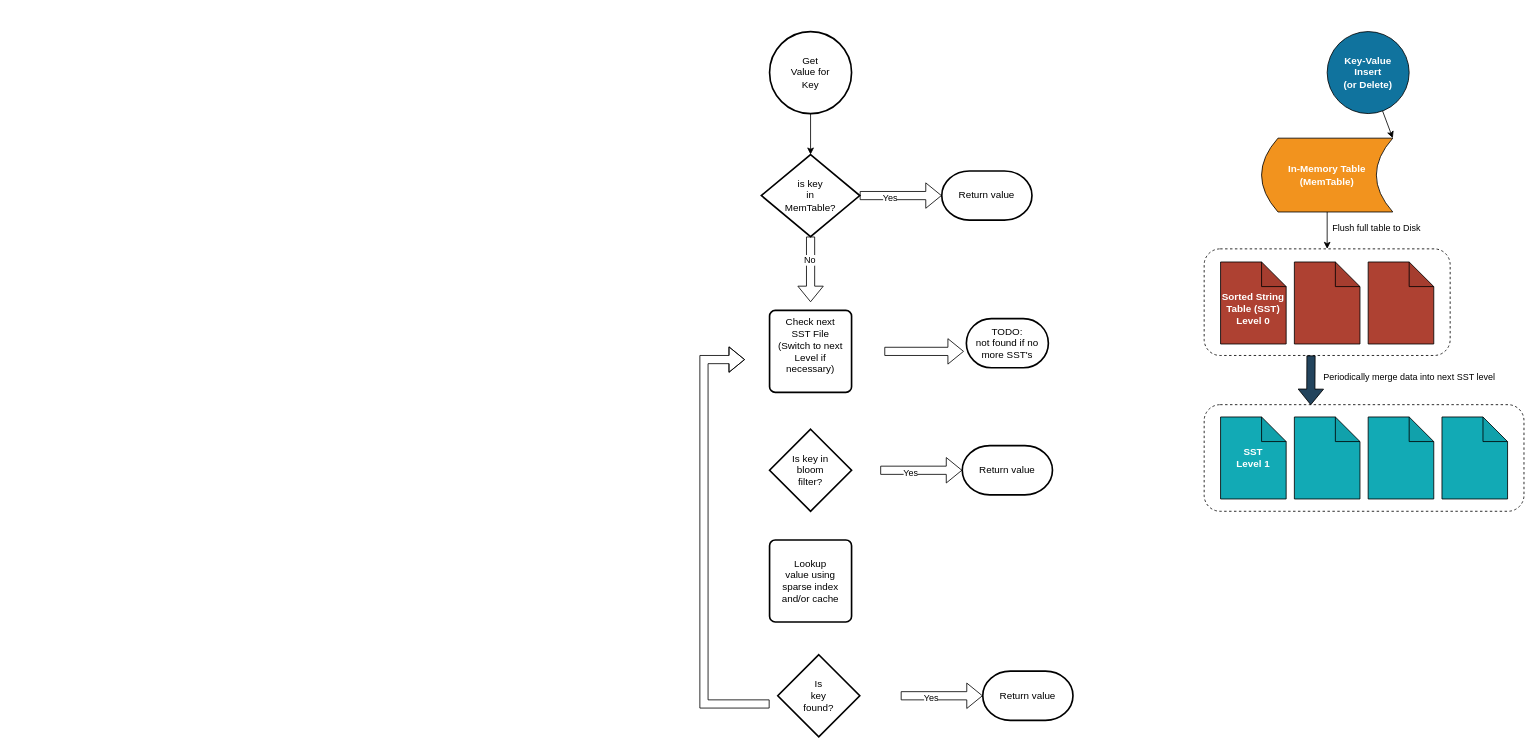
The draw.io diagram page "Reads" (2 of 5) of docs/lsm.drawio in justinethier/keyva, before the edit. Source tidied: cells renumbered, new cells numbered last; positions are measured from the earlier drawing's top-left corner, leaving out a move shared by most shapes. Both pictures are drawn from the tidied source at 82%, with x=0, y=0 at pixel (704, 31).
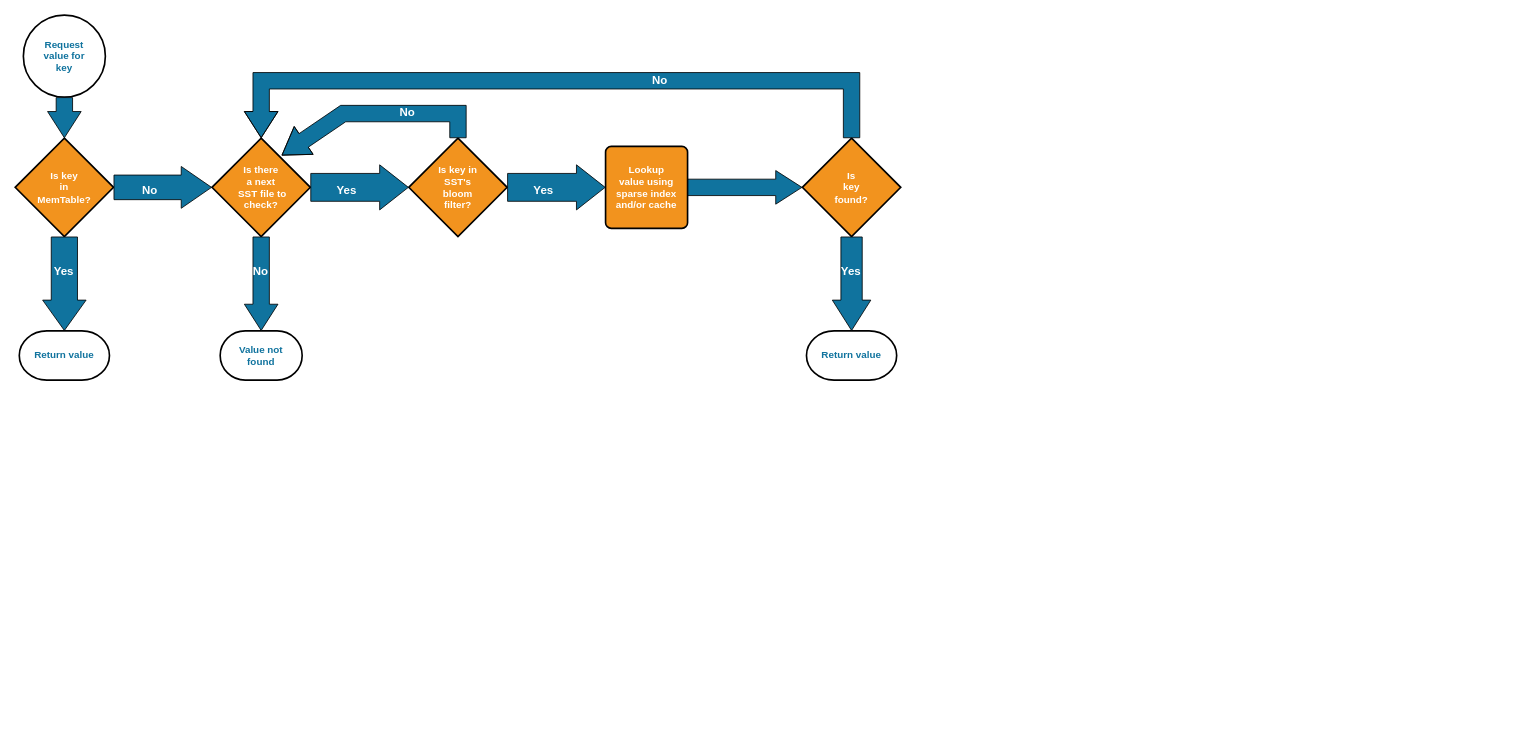
The same page after the edit.

Diff of the diagram source:
```diff
@@
-    <mxCell id="2" value="In-Memory Table&lt;br style=&quot;font-size: 12px&quot;&gt;(MemTable)" style="shape=dataStorage;whiteSpace=wrap;html=1;fixedSize=1;fillColor=#F2931E;fontColor=#FFFFFF;fontSize=12;fontStyle=1;" parent="1" vertex="1">
-      <mxGeometry x="680" y="130" width="160" height="90" as="geometry" />
-    </mxCell>
-    <mxCell id="3" value="&lt;div&gt;Key-Value&lt;/div&gt;&lt;div&gt;Insert&lt;/div&gt;&lt;div&gt;(or Delete)&lt;br&gt;&lt;/div&gt;" style="ellipse;whiteSpace=wrap;html=1;fillColor=#10739E;fontColor=#FFFFFF;fontSize=12;fontStyle=1;" parent="1" vertex="1">
-      <mxGeometry x="760" width="100" height="100" as="geometry" />
-    </mxCell>
-    <mxCell id="4" style="shape=note;whiteSpace=wrap;html=1;backgroundOutline=1;darkOpacity=0.05;fillColor=#AE4132;" parent="1" vertex="1">
-      <mxGeometry x="810" y="281" width="80" height="100" as="geometry" />
-    </mxCell>
-    <mxCell id="5" style="shape=note;whiteSpace=wrap;html=1;backgroundOutline=1;darkOpacity=0.05;fillColor=#AE4132;" parent="1" vertex="1">
-      <mxGeometry x="720" y="281" width="80" height="100" as="geometry" />
-    </mxCell>
-    <mxCell id="6" value="&lt;div style=&quot;font-size: 12px;&quot;&gt;&lt;br style=&quot;font-size: 12px;&quot;&gt;&lt;/div&gt;&lt;div style=&quot;font-size: 12px;&quot;&gt;Sorted String Table (SST)&lt;br style=&quot;font-size: 12px;&quot;&gt;&lt;/div&gt;&lt;div style=&quot;font-size: 12px;&quot;&gt;Level 0&lt;br style=&quot;font-size: 12px;&quot;&gt;&lt;/div&gt;" style="shape=note;whiteSpace=wrap;html=1;backgroundOutline=1;darkOpacity=0.05;fillColor=#AE4132;fontColor=#FFFFFF;fontSize=12;fontStyle=1;" parent="1" vertex="1">
-      <mxGeometry x="630" y="281" width="80" height="100" as="geometry" />
-    </mxCell>
-    <mxCell id="7" style="shape=note;whiteSpace=wrap;html=1;backgroundOutline=1;darkOpacity=0.05;fontColor=#FFFFFF;fillColor=#12AAB5;" parent="1" vertex="1">
-      <mxGeometry x="900" y="470" width="80" height="100" as="geometry" />
-    </mxCell>
-    <mxCell id="8" style="shape=note;whiteSpace=wrap;html=1;backgroundOutline=1;darkOpacity=0.05;fontColor=#FFFFFF;fillColor=#12AAB5;" parent="1" vertex="1">
-      <mxGeometry x="720" y="470" width="80" height="100" as="geometry" />
-    </mxCell>
-    <mxCell id="9" style="shape=note;whiteSpace=wrap;html=1;backgroundOutline=1;darkOpacity=0.05;fontColor=#FFFFFF;fillColor=#12AAB5;" parent="1" vertex="1">
-      <mxGeometry x="810" y="470" width="80" height="100" as="geometry" />
-    </mxCell>
-    <mxCell id="10" value="&lt;div style=&quot;font-size: 12px;&quot;&gt;SST&lt;/div&gt;&lt;div style=&quot;font-size: 12px;&quot;&gt;Level 1&lt;br style=&quot;font-size: 12px;&quot;&gt;&lt;/div&gt;" style="shape=note;whiteSpace=wrap;html=1;backgroundOutline=1;darkOpacity=0.05;fontColor=#FFFFFF;fillColor=#12AAB5;fontSize=12;fontStyle=1;" parent="1" vertex="1">
-      <mxGeometry x="630" y="470" width="80" height="100" as="geometry" />
-    </mxCell>
-    <mxCell id="11" style="rounded=1;whiteSpace=wrap;html=1;fillColor=none;dashed=1;" parent="1" vertex="1">
-      <mxGeometry x="610" y="265" width="300" height="130" as="geometry" />
-    </mxCell>
-    <mxCell id="12" style="endArrow=classic;html=1;rounded=0;entryX=1;entryY=0;entryDx=0;entryDy=0;" parent="1" edge="1" source="3" target="2">
-      <mxGeometry relative="1" as="geometry" />
-    </mxCell>
-    <mxCell id="13" value="Flush full table to Disk" style="endArrow=classic;html=1;rounded=0;" parent="1" edge="1" source="2" target="11">
-      <mxGeometry x="-0.11" y="60" relative="1" as="geometry" />
-    </mxCell>
-    <mxCell id="14" style="rounded=1;whiteSpace=wrap;html=1;fillColor=none;dashed=1;" parent="1" vertex="1">
-      <mxGeometry x="610" y="455" width="390" height="130" as="geometry" />
-    </mxCell>
-    <mxCell id="15" value="Periodically merge data into next SST level" style="shape=flexArrow;endArrow=classic;html=1;rounded=0;fillColor=#23445D;exitX=0.333;exitY=1;exitDx=0;exitDy=0;exitPerimeter=0;entryX=0.27;entryY=0.004;entryDx=0;entryDy=0;entryPerimeter=0;" parent="1" edge="1">
-      <mxGeometry x="-0.19" y="120" relative="1" as="geometry">
-        <mxPoint x="740.3" y="395" as="sourcePoint" />
-        <mxPoint x="740" y="455.5" as="targetPoint" />
-      </mxGeometry>
-    </mxCell>
-    <mxCell id="16" value="&lt;div&gt;Get&lt;/div&gt;&lt;div&gt;Value for &lt;br&gt;&lt;/div&gt;&lt;div&gt;Key&lt;br&gt;&lt;/div&gt;" style="strokeWidth=2;html=1;shape=mxgraph.flowchart.start_2;whiteSpace=wrap;" parent="1" vertex="1">
-      <mxGeometry x="80" width="100" height="100" as="geometry" />
+    <mxCell id="16" value="&lt;div&gt;Request&lt;/div&gt;&lt;div&gt;value for&lt;/div&gt;&lt;div&gt;key&lt;br&gt;&lt;/div&gt;" style="strokeWidth=2;html=1;shape=mxgraph.flowchart.start_2;whiteSpace=wrap;fillColor=#FFFFFF;fontColor=#10739E;fontStyle=1;" parent="1" vertex="1">
+      <mxGeometry x="-830" y="-20" width="100" height="100" as="geometry" />
     </mxCell>
-    <mxCell id="17" value="&lt;div&gt;is key&lt;/div&gt;&lt;div&gt;in &lt;br&gt;&lt;/div&gt;&lt;div&gt;MemTable?&lt;br&gt;&lt;/div&gt;" style="strokeWidth=2;html=1;shape=mxgraph.flowchart.decision;whiteSpace=wrap;" parent="1" vertex="1">
-      <mxGeometry x="70" y="150" width="120" height="100" as="geometry" />
+    <mxCell id="17" value="&lt;div&gt;Is key&lt;/div&gt;&lt;div&gt;in &lt;br&gt;&lt;/div&gt;&lt;div&gt;MemTable?&lt;br&gt;&lt;/div&gt;" style="strokeWidth=2;html=1;shape=mxgraph.flowchart.decision;whiteSpace=wrap;fontColor=#FFFFFF;fontStyle=1;fillColor=#F2931E;" parent="1" vertex="1">
+      <mxGeometry x="-840" y="130" width="120" height="120" as="geometry" />
     </mxCell>
-    <mxCell id="18" style="endArrow=classic;html=1;rounded=0;exitX=0.5;exitY=1;exitDx=0;exitDy=0;exitPerimeter=0;entryX=0.5;entryY=0;entryDx=0;entryDy=0;entryPerimeter=0;" parent="1" edge="1" source="16" target="17">
-      <mxGeometry relative="1" as="geometry" />
-    </mxCell>
-    <mxCell id="19" style="shape=flexArrow;endArrow=classic;html=1;rounded=0;exitX=1;exitY=0.5;exitDx=0;exitDy=0;exitPerimeter=0;entryX=0;entryY=0.5;entryDx=0;entryDy=0;entryPerimeter=0;" parent="1" edge="1" source="17" target="21">
+    <mxCell id="19" style="shape=flexArrow;endArrow=classic;html=1;rounded=0;entryX=0.5;entryY=0;entryDx=0;entryDy=0;entryPerimeter=0;width=32;endSize=12;labelBackgroundColor=none;fillColor=#10739E;exitX=0.5;exitY=1;exitDx=0;exitDy=0;exitPerimeter=0;" parent="1" edge="1" source="17" target="21">
       <mxGeometry relative="1" as="geometry" />
     </mxCell>
-    <mxCell id="20" value="Yes" style="edgeLabel;html=1;align=center;verticalAlign=middle;" parent="19" vertex="1">
+    <mxCell id="20" value="Yes" style="edgeLabel;html=1;align=center;verticalAlign=middle;fontStyle=1;fontSize=14;labelBackgroundColor=none;fontColor=#FFFFFF;" parent="19" vertex="1">
       <mxGeometry x="-0.29" y="-2" relative="1" as="geometry" />
     </mxCell>
-    <mxCell id="21" value="Return value" style="strokeWidth=2;html=1;shape=mxgraph.flowchart.terminator;whiteSpace=wrap;" parent="1" vertex="1">
-      <mxGeometry x="290" y="170" width="110" height="60" as="geometry" />
+    <mxCell id="21" value="Return value" style="strokeWidth=2;html=1;shape=mxgraph.flowchart.terminator;whiteSpace=wrap;fillColor=#FFFFFF;fontColor=#10739E;fontStyle=1;" parent="1" vertex="1">
+      <mxGeometry x="-835" y="365" width="110" height="60" as="geometry" />
     </mxCell>
-    <mxCell id="22" style="shape=flexArrow;endArrow=classic;html=1;rounded=0;exitX=0.5;exitY=1;exitDx=0;exitDy=0;exitPerimeter=0;" parent="1" edge="1" source="17">
-      <mxGeometry relative="1" as="geometry">
-        <mxPoint x="130" y="330" as="targetPoint" />
-      </mxGeometry>
-    </mxCell>
-    <mxCell id="23" value="No" style="edgeLabel;html=1;align=center;verticalAlign=middle;" parent="22" vertex="1">
-      <mxGeometry x="-0.29" y="-2" relative="1" as="geometry" />
-    </mxCell>
-    <mxCell id="24" value="&lt;div&gt;Is key in&lt;/div&gt;&lt;div&gt;bloom &lt;br&gt;&lt;/div&gt;&lt;div&gt;filter?&lt;br&gt;&lt;/div&gt;" style="strokeWidth=2;html=1;shape=mxgraph.flowchart.decision;whiteSpace=wrap;" parent="1" vertex="1">
-      <mxGeometry x="80" y="485" width="100" height="100" as="geometry" />
+    <mxCell id="24" value="&lt;div&gt;Is key in &lt;br&gt;&lt;/div&gt;&lt;div&gt;SST's&lt;br&gt;&lt;/div&gt;&lt;div&gt;bloom &lt;br&gt;&lt;/div&gt;&lt;div&gt;filter?&lt;br&gt;&lt;/div&gt;" style="strokeWidth=2;html=1;shape=mxgraph.flowchart.decision;whiteSpace=wrap;fontColor=#FFFFFF;fontStyle=1;fillColor=#F2931E;" parent="1" vertex="1">
+      <mxGeometry x="-360" y="130" width="120" height="120" as="geometry" />
     </mxCell>
-    <mxCell id="25" value="&lt;div&gt;Check next &lt;br&gt;&lt;/div&gt;&lt;div&gt;SST File&lt;/div&gt;&lt;div&gt;(Switch to next Level if necessary)&lt;br&gt;&lt;/div&gt;&lt;div&gt;&lt;br&gt;&lt;/div&gt;" style="rounded=1;whiteSpace=wrap;html=1;absoluteArcSize=1;arcSize=14;strokeWidth=2;" parent="1" vertex="1">
-      <mxGeometry x="80" y="340" width="100" height="100" as="geometry" />
-    </mxCell>
-    <mxCell id="26" style="shape=flexArrow;endArrow=classic;html=1;rounded=0;exitX=1;exitY=0.5;exitDx=0;exitDy=0;exitPerimeter=0;entryX=0;entryY=0.5;entryDx=0;entryDy=0;entryPerimeter=0;" parent="1" edge="1" target="28">
-      <mxGeometry relative="1" as="geometry">
-        <mxPoint x="215" y="535" as="sourcePoint" />
-      </mxGeometry>
-    </mxCell>
-    <mxCell id="27" value="Yes" style="edgeLabel;html=1;align=center;verticalAlign=middle;" parent="26" vertex="1">
-      <mxGeometry x="-0.29" y="-2" relative="1" as="geometry" />
-    </mxCell>
-    <mxCell id="28" value="Return value" style="strokeWidth=2;html=1;shape=mxgraph.flowchart.terminator;whiteSpace=wrap;" parent="1" vertex="1">
-      <mxGeometry x="315" y="505" width="110" height="60" as="geometry" />
+    <mxCell id="28" value="Return value" style="strokeWidth=2;html=1;shape=mxgraph.flowchart.terminator;whiteSpace=wrap;fillColor=#FFFFFF;fontColor=#10739E;fontStyle=1;" parent="1" vertex="1">
+      <mxGeometry x="125" y="365" width="110" height="60" as="geometry" />
     </mxCell>
-    <mxCell id="29" value="&lt;div&gt;Lookup&lt;/div&gt;&lt;div&gt;value using sparse index&lt;/div&gt;&lt;div&gt;and/or cache&lt;br&gt;&lt;/div&gt;" style="rounded=1;whiteSpace=wrap;html=1;absoluteArcSize=1;arcSize=14;strokeWidth=2;" parent="1" vertex="1">
-      <mxGeometry x="80" y="620" width="100" height="100" as="geometry" />
+    <mxCell id="29" value="&lt;div&gt;Lookup&lt;/div&gt;&lt;div&gt;value using sparse index&lt;/div&gt;&lt;div&gt;and/or cache&lt;br&gt;&lt;/div&gt;" style="rounded=1;whiteSpace=wrap;html=1;absoluteArcSize=1;arcSize=14;strokeWidth=2;fillColor=#F2931E;fontColor=#FFFFFF;fontStyle=1;" parent="1" vertex="1">
+      <mxGeometry x="-120" y="140" width="100" height="100" as="geometry" />
     </mxCell>
-    <mxCell id="30" value="&lt;div&gt;Is&lt;/div&gt;&lt;div&gt;key&lt;/div&gt;&lt;div&gt;found?&lt;br&gt;&lt;/div&gt;" style="strokeWidth=2;html=1;shape=mxgraph.flowchart.decision;whiteSpace=wrap;" parent="1" vertex="1">
-      <mxGeometry x="90" y="760" width="100" height="100" as="geometry" />
+    <mxCell id="30" value="&lt;div&gt;Is&lt;/div&gt;&lt;div&gt;key&lt;/div&gt;&lt;div&gt;found?&lt;br&gt;&lt;/div&gt;" style="strokeWidth=2;html=1;shape=mxgraph.flowchart.decision;whiteSpace=wrap;fontColor=#FFFFFF;fontStyle=1;fillColor=#F2931E;" parent="1" vertex="1">
+      <mxGeometry x="120" y="130" width="120" height="120" as="geometry" />
     </mxCell>
-    <mxCell id="31" style="shape=flexArrow;endArrow=classic;html=1;rounded=0;exitX=1;exitY=0.5;exitDx=0;exitDy=0;exitPerimeter=0;entryX=0;entryY=0.5;entryDx=0;entryDy=0;entryPerimeter=0;" parent="1" edge="1" target="33">
-      <mxGeometry relative="1" as="geometry">
-        <mxPoint x="240" y="810" as="sourcePoint" />
-      </mxGeometry>
-    </mxCell>
-    <mxCell id="32" value="Yes" style="edgeLabel;html=1;align=center;verticalAlign=middle;" parent="31" vertex="1">
-      <mxGeometry x="-0.29" y="-2" relative="1" as="geometry" />
-    </mxCell>
-    <mxCell id="33" value="Return value" style="strokeWidth=2;html=1;shape=mxgraph.flowchart.terminator;whiteSpace=wrap;" parent="1" vertex="1">
-      <mxGeometry x="340" y="780" width="110" height="60" as="geometry" />
-    </mxCell>
-    <mxCell id="34" style="shape=flexArrow;endArrow=classic;html=1;rounded=0;" parent="1" edge="1">
-      <mxGeometry relative="1" as="geometry">
-        <mxPoint x="80" y="820" as="sourcePoint" />
-        <mxPoint x="50" y="400" as="targetPoint" />
-        <Array as="points">
-          <mxPoint y="820" />
-          <mxPoint y="400" />
-        </Array>
-      </mxGeometry>
-    </mxCell>
-    <mxCell id="35" value="&lt;div&gt;TODO:&lt;/div&gt;&lt;div&gt;not found if no more SST's&lt;br&gt;&lt;/div&gt;" style="strokeWidth=2;html=1;shape=mxgraph.flowchart.terminator;whiteSpace=wrap;" parent="1" vertex="1">
-      <mxGeometry x="320" y="350" width="100" height="60" as="geometry" />
+    <mxCell id="35" value="&lt;div&gt;Value not &lt;br&gt;&lt;/div&gt;&lt;div&gt;found&lt;br&gt;&lt;/div&gt;" style="strokeWidth=2;html=1;shape=mxgraph.flowchart.terminator;whiteSpace=wrap;fillColor=#FFFFFF;fontColor=#10739E;fontStyle=1;" parent="1" vertex="1">
+      <mxGeometry x="-590" y="365" width="100" height="60" as="geometry" />
     </mxCell>
-    <mxCell id="36" style="shape=flexArrow;endArrow=classic;html=1;rounded=0;entryX=-0.03;entryY=0.667;entryDx=0;entryDy=0;entryPerimeter=0;" parent="1" edge="1" target="35">
-      <mxGeometry relative="1" as="geometry">
-        <mxPoint x="220" y="390" as="sourcePoint" />
-      </mxGeometry>
-    </mxCell>
+    <mxCell id="18" style="shape=flexArrow;endArrow=classic;html=1;rounded=0;exitX=0.5;exitY=1;exitDx=0;exitDy=0;exitPerimeter=0;entryX=0.5;entryY=0;entryDx=0;entryDy=0;entryPerimeter=0;width=20;endSize=10.33;labelBackgroundColor=none;fillColor=#10739E;" parent="1" edge="1" source="16" target="17">
+      <mxGeometry relative="1" as="geometry" />
+    </mxCell>
+    <mxCell id="37" style="shape=flexArrow;endArrow=classic;html=1;rounded=0;width=30;endSize=12;labelBackgroundColor=none;fillColor=#10739E;exitX=1;exitY=0.5;exitDx=0;exitDy=0;exitPerimeter=0;entryX=0;entryY=0.5;entryDx=0;entryDy=0;entryPerimeter=0;" parent="1" edge="1" source="17" target="39">
+      <mxGeometry relative="1" as="geometry" />
+    </mxCell>
+    <mxCell id="38" value="No" style="edgeLabel;html=1;align=center;verticalAlign=middle;fontStyle=1;fontSize=14;labelBackgroundColor=none;fontColor=#FFFFFF;" parent="37" vertex="1">
+      <mxGeometry x="-0.29" y="-2" relative="1" as="geometry" />
+    </mxCell>
+    <mxCell id="39" value="&lt;div style=&quot;font-size: 12px&quot;&gt;Is there&lt;/div&gt;&lt;div style=&quot;font-size: 12px&quot;&gt;a next&lt;/div&gt;&lt;div style=&quot;font-size: 12px&quot;&gt;&amp;nbsp;SST file to &lt;br style=&quot;font-size: 12px&quot;&gt;&lt;/div&gt;&lt;div style=&quot;font-size: 12px&quot;&gt;check?&lt;br style=&quot;font-size: 12px&quot;&gt;&lt;/div&gt;" style="strokeWidth=2;html=1;shape=mxgraph.flowchart.decision;whiteSpace=wrap;labelBackgroundColor=none;fontSize=12;fontColor=#FFFFFF;fontStyle=1;fillColor=#F2931E;" parent="1" vertex="1">
+      <mxGeometry x="-600" y="130" width="120" height="120" as="geometry" />
+    </mxCell>
+    <mxCell id="40" style="shape=flexArrow;endArrow=classic;html=1;rounded=0;width=20;endSize=10.33;labelBackgroundColor=none;entryX=0.5;entryY=0;entryDx=0;entryDy=0;entryPerimeter=0;fillColor=#10739E;exitX=0.5;exitY=1;exitDx=0;exitDy=0;exitPerimeter=0;" parent="1" edge="1" source="39" target="35">
+      <mxGeometry relative="1" as="geometry" />
+    </mxCell>
+    <mxCell id="41" value="No" style="edgeLabel;html=1;align=center;verticalAlign=middle;fontStyle=1;fontSize=14;labelBackgroundColor=none;fontColor=#FFFFFF;" parent="40" vertex="1">
+      <mxGeometry x="-0.29" y="-2" relative="1" as="geometry" />
+    </mxCell>
+    <mxCell id="42" style="shape=flexArrow;endArrow=classic;html=1;rounded=0;width=34;endSize=11.33;labelBackgroundColor=none;fillColor=#10739E;exitX=1;exitY=0.5;exitDx=0;exitDy=0;exitPerimeter=0;entryX=0;entryY=0.5;entryDx=0;entryDy=0;entryPerimeter=0;" parent="1" edge="1" source="39" target="24">
+      <mxGeometry relative="1" as="geometry" />
+    </mxCell>
+    <mxCell id="43" value="Yes" style="edgeLabel;html=1;align=center;verticalAlign=middle;fontStyle=1;fontSize=14;labelBackgroundColor=none;fontColor=#FFFFFF;" parent="42" vertex="1">
+      <mxGeometry x="-0.29" y="-2" relative="1" as="geometry" />
+    </mxCell>
+    <mxCell id="44" style="shape=flexArrow;endArrow=classic;html=1;rounded=0;exitX=0.5;exitY=1;exitDx=0;exitDy=0;exitPerimeter=0;entryX=0.5;entryY=0;entryDx=0;entryDy=0;width=26;endSize=12;labelBackgroundColor=none;entryPerimeter=0;fillColor=#10739E;" parent="1" edge="1" source="30" target="28">
+      <mxGeometry relative="1" as="geometry" />
+    </mxCell>
+    <mxCell id="45" value="Yes" style="edgeLabel;html=1;align=center;verticalAlign=middle;fontStyle=1;fontSize=14;labelBackgroundColor=none;fontColor=#FFFFFF;" parent="44" vertex="1">
+      <mxGeometry x="-0.29" y="-2" relative="1" as="geometry" />
+    </mxCell>
+    <mxCell id="46" style="shape=flexArrow;endArrow=classic;html=1;rounded=0;exitX=1;exitY=0.5;exitDx=0;exitDy=0;width=20;endSize=10.33;labelBackgroundColor=none;fillColor=#10739E;entryX=0;entryY=0.5;entryDx=0;entryDy=0;entryPerimeter=0;" parent="1" edge="1" source="29" target="30">
+      <mxGeometry relative="1" as="geometry" />
+    </mxCell>
+    <mxCell id="47" style="shape=flexArrow;endArrow=classic;html=1;rounded=0;exitX=1;exitY=0.5;exitDx=0;exitDy=0;exitPerimeter=0;width=34;endSize=11.33;labelBackgroundColor=none;entryX=0;entryY=0.5;entryDx=0;entryDy=0;fillColor=#10739E;" parent="1" edge="1" source="24" target="29">
+      <mxGeometry relative="1" as="geometry" />
+    </mxCell>
+    <mxCell id="48" value="Yes" style="edgeLabel;html=1;align=center;verticalAlign=middle;fontStyle=1;fontSize=14;labelBackgroundColor=none;fontColor=#FFFFFF;" parent="47" vertex="1">
+      <mxGeometry x="-0.29" y="-2" relative="1" as="geometry" />
+    </mxCell>
+    <mxCell id="49" style="shape=flexArrow;endArrow=classic;html=1;rounded=0;width=20;endSize=10.33;labelBackgroundColor=none;fillColor=#10739E;exitX=0.5;exitY=0;exitDx=0;exitDy=0;exitPerimeter=0;entryX=0.708;entryY=0.175;entryDx=0;entryDy=0;entryPerimeter=0;" parent="1" edge="1" source="24" target="39">
+      <mxGeometry relative="1" as="geometry">
+        <Array as="points">
+          <mxPoint x="-300" y="100" />
+          <mxPoint x="-440" y="100" />
+        </Array>
+      </mxGeometry>
+    </mxCell>
+    <mxCell id="50" value="No" style="edgeLabel;html=1;align=center;verticalAlign=middle;fontStyle=1;fontSize=14;labelBackgroundColor=none;fontColor=#FFFFFF;" parent="49" vertex="1">
+      <mxGeometry x="-0.29" y="-2" relative="1" as="geometry" />
+    </mxCell>
+    <mxCell id="51" style="shape=flexArrow;endArrow=classic;html=1;rounded=0;width=20;endSize=10.33;labelBackgroundColor=none;fillColor=#10739E;exitX=0.5;exitY=0;exitDx=0;exitDy=0;exitPerimeter=0;entryX=0.5;entryY=0;entryDx=0;entryDy=0;entryPerimeter=0;" parent="1" edge="1" source="30" target="39">
+      <mxGeometry relative="1" as="geometry">
+        <Array as="points">
+          <mxPoint x="180" y="60" />
+          <mxPoint x="-540" y="60" />
+        </Array>
+      </mxGeometry>
+    </mxCell>
+    <mxCell id="52" value="No" style="edgeLabel;html=1;align=center;verticalAlign=middle;fontStyle=1;fontSize=14;labelBackgroundColor=none;fontColor=#FFFFFF;" parent="51" vertex="1">
+      <mxGeometry x="-0.29" y="-2" relative="1" as="geometry" />
+    </mxCell>
```
